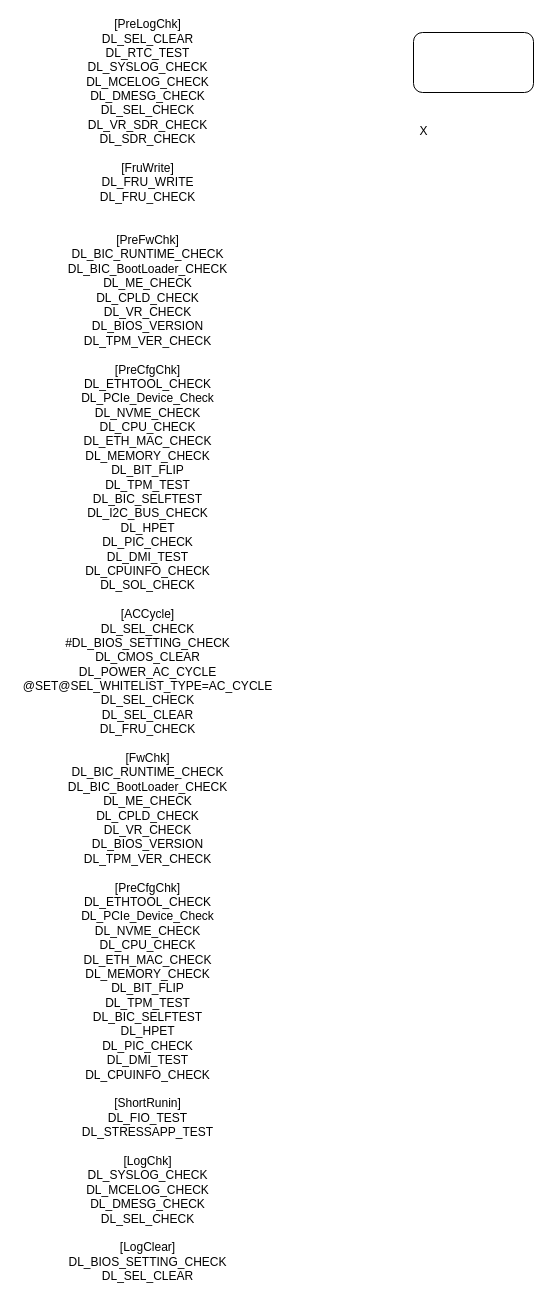
This is Untitled Diagram.drawio from wwin3286tw/FlowChartCollection, a draw.io file, before an edit. Source tidied: cells renumbered, new cells numbered last; positions are measured from the earlier drawing's top-left corner, leaving out a move shared by most shapes. Both pictures are drawn from the tidied source at 100%, with x=0, y=0 at pixel (17, 32).
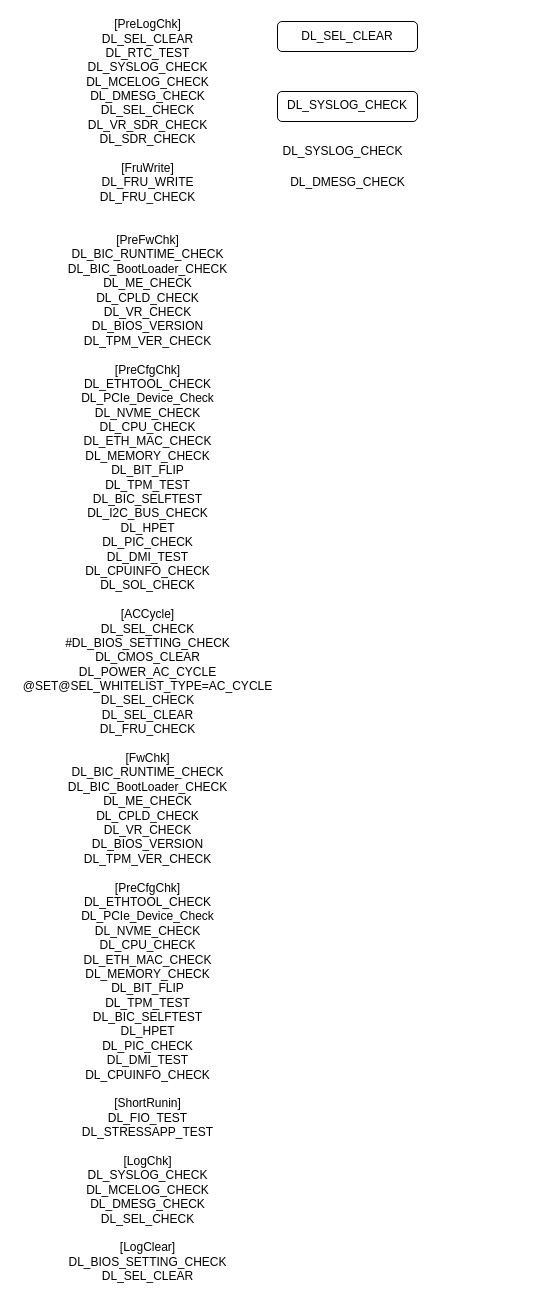
The same page after the edit.

Change to the diagram source:
```diff
@@
 <mxGraphModel>
   <root>
     <mxCell id="0" />
     <mxCell id="1" parent="0" />
     <mxCell id="2" value="&lt;div&gt;[PreLogChk]&lt;/div&gt;&lt;div&gt;DL_SEL_CLEAR&lt;/div&gt;&lt;div&gt;DL_RTC_TEST&lt;/div&gt;&lt;div&gt;DL_SYSLOG_CHECK&lt;/div&gt;&lt;div&gt;DL_MCELOG_CHECK&lt;/div&gt;&lt;div&gt;DL_DMESG_CHECK&lt;/div&gt;&lt;div&gt;DL_SEL_CHECK&lt;/div&gt;&lt;div&gt;DL_VR_SDR_CHECK&lt;/div&gt;&lt;div&gt;DL_SDR_CHECK&lt;/div&gt;&lt;div&gt;&lt;br&gt;&lt;/div&gt;&lt;div&gt;[FruWrite]&lt;/div&gt;&lt;div&gt;DL_FRU_WRITE&lt;/div&gt;&lt;div&gt;DL_FRU_CHECK&lt;/div&gt;&lt;div&gt;&lt;br&gt;&lt;/div&gt;&lt;div&gt;&lt;br&gt;&lt;/div&gt;&lt;div&gt;[PreFwChk]&lt;/div&gt;&lt;div&gt;DL_BIC_RUNTIME_CHECK&lt;/div&gt;&lt;div&gt;DL_BIC_BootLoader_CHECK&lt;/div&gt;&lt;div&gt;DL_ME_CHECK&lt;/div&gt;&lt;div&gt;DL_CPLD_CHECK&lt;/div&gt;&lt;div&gt;DL_VR_CHECK&lt;/div&gt;&lt;div&gt;DL_BIOS_VERSION&lt;/div&gt;&lt;div&gt;DL_TPM_VER_CHECK&lt;/div&gt;&lt;div&gt;&lt;br&gt;&lt;/div&gt;&lt;div&gt;[PreCfgChk]&lt;/div&gt;&lt;div&gt;DL_ETHTOOL_CHECK&lt;/div&gt;&lt;div&gt;DL_PCIe_Device_Check&lt;/div&gt;&lt;div&gt;DL_NVME_CHECK&lt;/div&gt;&lt;div&gt;DL_CPU_CHECK&lt;/div&gt;&lt;div&gt;DL_ETH_MAC_CHECK&lt;/div&gt;&lt;div&gt;DL_MEMORY_CHECK&lt;/div&gt;&lt;div&gt;DL_BIT_FLIP&lt;/div&gt;&lt;div&gt;DL_TPM_TEST&lt;/div&gt;&lt;div&gt;DL_BIC_SELFTEST&lt;/div&gt;&lt;div&gt;DL_I2C_BUS_CHECK&lt;/div&gt;&lt;div&gt;DL_HPET&lt;/div&gt;&lt;div&gt;DL_PIC_CHECK&lt;/div&gt;&lt;div&gt;DL_DMI_TEST&lt;/div&gt;&lt;div&gt;DL_CPUINFO_CHECK&lt;/div&gt;&lt;div&gt;DL_SOL_CHECK&lt;/div&gt;&lt;div&gt;&lt;br&gt;&lt;/div&gt;&lt;div&gt;[ACCycle]&lt;/div&gt;&lt;div&gt;DL_SEL_CHECK&lt;/div&gt;&lt;div&gt;#DL_BIOS_SETTING_CHECK&lt;/div&gt;&lt;div&gt;DL_CMOS_CLEAR&lt;/div&gt;&lt;div&gt;DL_POWER_AC_CYCLE&lt;/div&gt;&lt;div&gt;@SET@SEL_WHITELIST_TYPE=AC_CYCLE&lt;/div&gt;&lt;div&gt;DL_SEL_CHECK&lt;/div&gt;&lt;div&gt;DL_SEL_CLEAR&lt;/div&gt;&lt;div&gt;DL_FRU_CHECK&lt;/div&gt;&lt;div&gt;&lt;br&gt;&lt;/div&gt;&lt;div&gt;[FwChk]&lt;/div&gt;&lt;div&gt;DL_BIC_RUNTIME_CHECK&lt;/div&gt;&lt;div&gt;DL_BIC_BootLoader_CHECK&lt;/div&gt;&lt;div&gt;DL_ME_CHECK&lt;/div&gt;&lt;div&gt;DL_CPLD_CHECK&lt;/div&gt;&lt;div&gt;DL_VR_CHECK&lt;/div&gt;&lt;div&gt;DL_BIOS_VERSION&lt;/div&gt;&lt;div&gt;DL_TPM_VER_CHECK&lt;/div&gt;&lt;div&gt;&lt;br&gt;&lt;/div&gt;&lt;div&gt;[PreCfgChk]&lt;/div&gt;&lt;div&gt;DL_ETHTOOL_CHECK&lt;/div&gt;&lt;div&gt;DL_PCIe_Device_Check&lt;/div&gt;&lt;div&gt;DL_NVME_CHECK&lt;/div&gt;&lt;div&gt;DL_CPU_CHECK&lt;/div&gt;&lt;div&gt;DL_ETH_MAC_CHECK&lt;/div&gt;&lt;div&gt;DL_MEMORY_CHECK&lt;/div&gt;&lt;div&gt;DL_BIT_FLIP&lt;/div&gt;&lt;div&gt;DL_TPM_TEST&lt;/div&gt;&lt;div&gt;DL_BIC_SELFTEST&lt;/div&gt;&lt;div&gt;DL_HPET&lt;/div&gt;&lt;div&gt;DL_PIC_CHECK&lt;/div&gt;&lt;div&gt;DL_DMI_TEST&lt;/div&gt;&lt;div&gt;DL_CPUINFO_CHECK&lt;/div&gt;&lt;div&gt;&lt;br&gt;&lt;/div&gt;&lt;div&gt;[ShortRunin]&lt;/div&gt;&lt;div&gt;DL_FIO_TEST&lt;/div&gt;&lt;div&gt;DL_STRESSAPP_TEST&lt;/div&gt;&lt;div&gt;&lt;br&gt;&lt;/div&gt;&lt;div&gt;[LogChk]&lt;/div&gt;&lt;div&gt;DL_SYSLOG_CHECK&lt;/div&gt;&lt;div&gt;DL_MCELOG_CHECK&lt;/div&gt;&lt;div&gt;DL_DMESG_CHECK&lt;/div&gt;&lt;div&gt;DL_SEL_CHECK&lt;/div&gt;&lt;div&gt;&lt;br&gt;&lt;/div&gt;&lt;div&gt;[LogClear]&lt;/div&gt;&lt;div&gt;DL_BIOS_SETTING_CHECK&lt;/div&gt;&lt;div&gt;DL_SEL_CLEAR&lt;/div&gt;&lt;div&gt;&lt;br&gt;&lt;/div&gt;" style="text;html=1;align=center;verticalAlign=middle;" parent="1" vertex="1">
       <mxGeometry width="260" height="1250" as="geometry" />
     </mxCell>
-    <mxCell id="3" value="X&lt;br&gt;" style="text;html=1;align=center;verticalAlign=middle;" parent="1" vertex="1">
-      <mxGeometry x="396" y="89" width="20" height="20" as="geometry" />
-    </mxCell>
-    <mxCell id="4" style="rounded=1;whiteSpace=wrap;html=1;" parent="1" vertex="1">
-      <mxGeometry x="396" width="120" height="60" as="geometry" />
+    <mxCell id="4" value="DL_SEL_CLEAR" style="rounded=1;whiteSpace=wrap;html=1;" parent="1" vertex="1">
+      <mxGeometry x="260" y="-11" width="140" height="30" as="geometry" />
     </mxCell>
+    <mxCell id="5" value="&lt;div style=&quot;white-space: nowrap&quot;&gt;DL_SYSLOG_CHECK&lt;/div&gt;&lt;div&gt;&lt;br&gt;&lt;/div&gt;" style="rounded=1;whiteSpace=wrap;html=1;verticalAlign=top;horizontal=1;fontStyle=0;" parent="1" vertex="1">
+      <mxGeometry x="260" y="59" width="140" height="30" as="geometry" />
+    </mxCell>
+    <mxCell id="6" value="DL_SYSLOG_CHECK" style="text;html=1;align=center;verticalAlign=middle;" parent="1" vertex="1">
+      <mxGeometry x="255" y="109" width="140" height="20" as="geometry" />
+    </mxCell>
+    <mxCell id="7" value="&lt;div&gt;DL_DMESG_CHECK&lt;/div&gt;" style="text;html=1;align=center;verticalAlign=middle;" parent="1" vertex="1">
+      <mxGeometry x="265" y="140" width="130" height="20" as="geometry" />
+    </mxCell>
   </root>
 </mxGraphModel>
```
